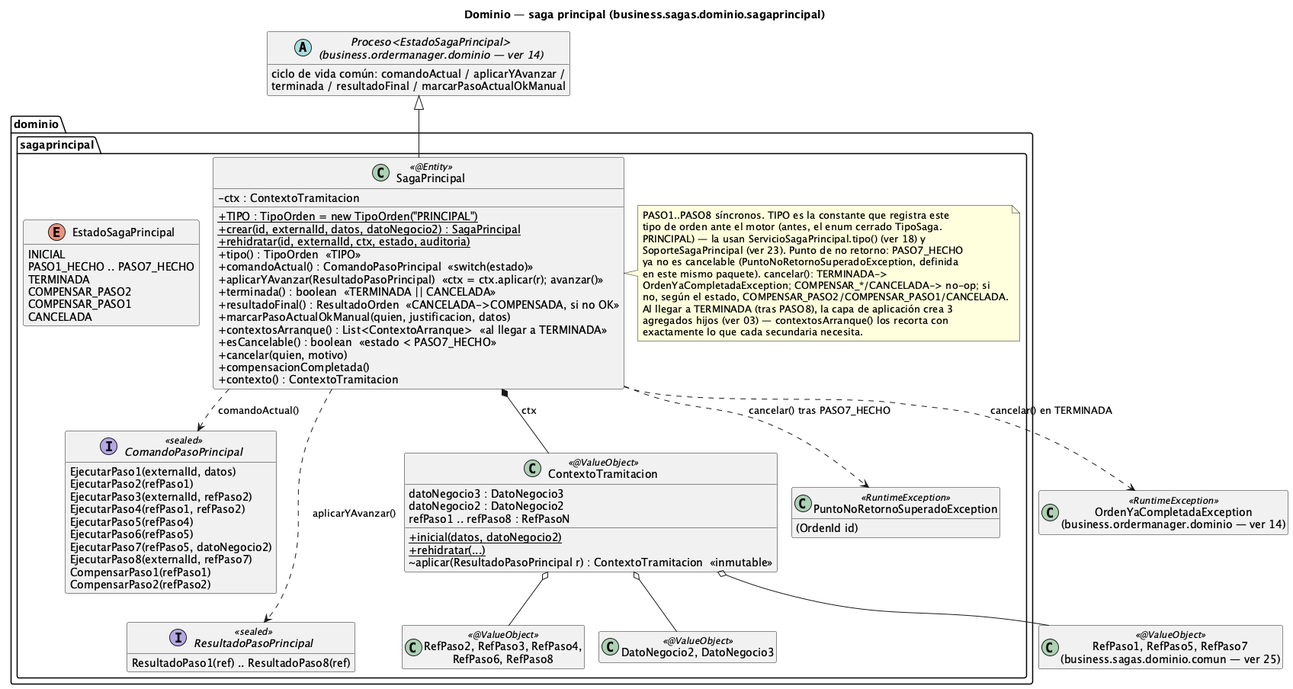
Earlier version of the PlantUML export order-manager/docs/15-clases-dominio-saga-principal.png (ralcazar/patrones).
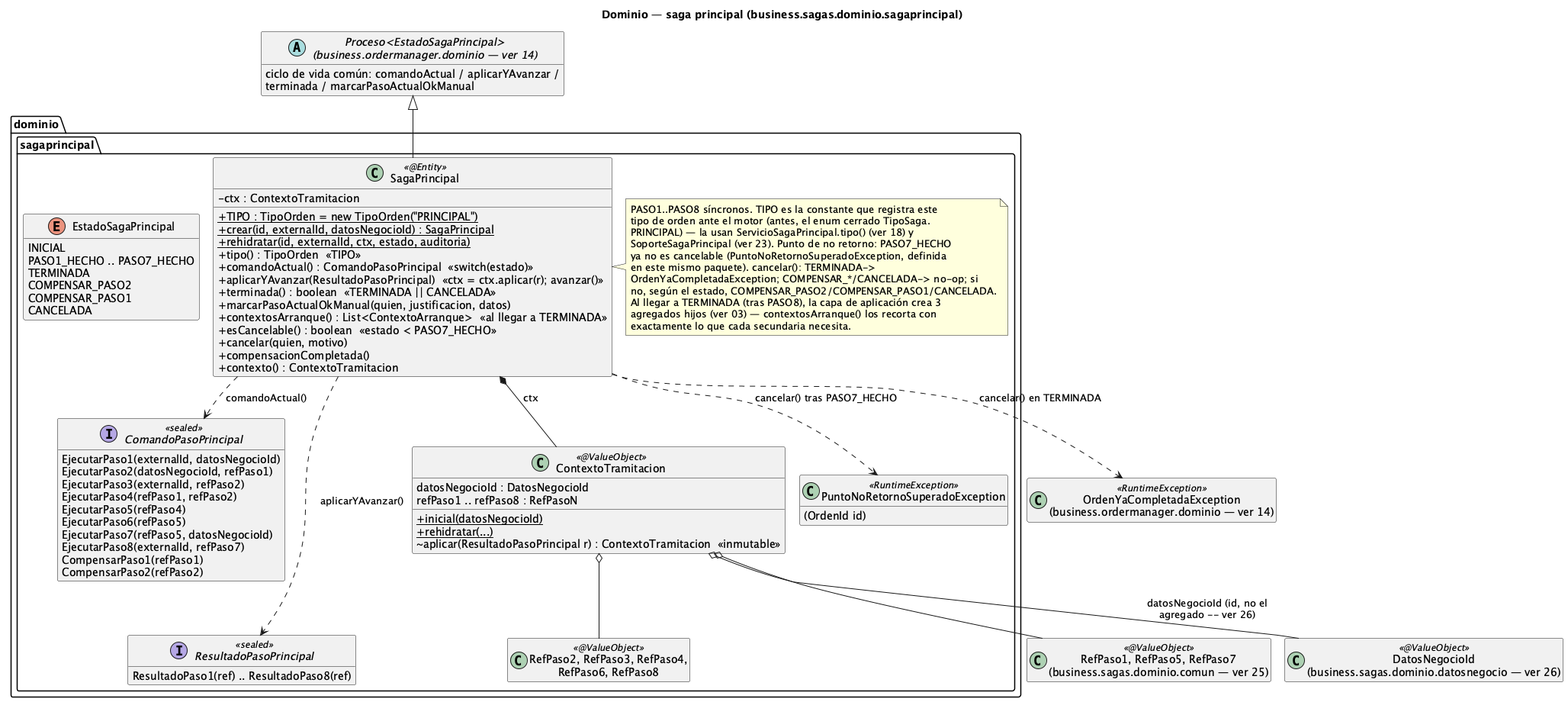
Later version of the same file.

The edit, as a diff of the source:
```diff
@@ -6,20 +6,19 @@
 
 abstract class "Proceso<EstadoSagaPrincipal>\n(business.ordermanager.dominio — ver 14)" as Proceso {
   ciclo de vida común: comandoActual / aplicarYAvanzar /
-  terminada / resultadoFinal / marcarPasoActualOkManual
+  terminada / marcarPasoActualOkManual
 }
 
 package "dominio.sagaprincipal" {
   class SagaPrincipal <<@Entity>> {
     +{static} TIPO : TipoOrden = new TipoOrden("PRINCIPAL")
     -ctx : ContextoTramitacion
-    +{static} crear(id, externalId, datos, datoNegocio2) : SagaPrincipal
+    +{static} crear(id, externalId, datosNegocioId) : SagaPrincipal
     +{static} rehidratar(id, externalId, ctx, estado, auditoria)
     +tipo() : TipoOrden  «TIPO»
     +comandoActual() : ComandoPasoPrincipal  «switch(estado)»
     +aplicarYAvanzar(ResultadoPasoPrincipal)  «ctx = ctx.aplicar(r); avanzar()»
     +terminada() : boolean  «TERMINADA || CANCELADA»
-    +resultadoFinal() : ResultadoOrden  «CANCELADA->COMPENSADA, si no OK»
     +marcarPasoActualOkManual(quien, justificacion, datos)
     +contextosArranque() : List<ContextoArranque>  «al llegar a TERMINADA»
     +esCancelable() : boolean  «estado < PASO7_HECHO»
@@ -51,13 +50,13 @@
   }
 
   interface ComandoPasoPrincipal <<sealed>> {
-    EjecutarPaso1(externalId, datos)
-    EjecutarPaso2(refPaso1)
+    EjecutarPaso1(externalId, datosNegocioId)
+    EjecutarPaso2(datosNegocioId, refPaso1)
     EjecutarPaso3(externalId, refPaso2)
     EjecutarPaso4(refPaso1, refPaso2)
     EjecutarPaso5(refPaso4)
     EjecutarPaso6(refPaso5)
-    EjecutarPaso7(refPaso5, datoNegocio2)
+    EjecutarPaso7(refPaso5, datosNegocioId)
     EjecutarPaso8(externalId, refPaso7)
     CompensarPaso1(refPaso1)
     CompensarPaso2(refPaso2)
@@ -66,21 +65,20 @@
     ResultadoPaso1(ref) .. ResultadoPaso8(ref)
   }
   class ContextoTramitacion <<@ValueObject>> {
-    datoNegocio3 : DatoNegocio3
-    datoNegocio2 : DatoNegocio2
+    datosNegocioId : DatosNegocioId
     refPaso1 .. refPaso8 : RefPasoN
-    +{static} inicial(datos, datoNegocio2)
+    +{static} inicial(datosNegocioId)
     +{static} rehidratar(...)
     ~aplicar(ResultadoPasoPrincipal r) : ContextoTramitacion  «inmutable»
   }
   class "RefPaso2, RefPaso3, RefPaso4,\nRefPaso6, RefPaso8" as RefsPropias <<@ValueObject>>
-  class "DatoNegocio2, DatoNegocio3" as Datos <<@ValueObject>>
   class PuntoNoRetornoSuperadoException <<RuntimeException>> {
     (OrdenId id)
   }
 }
 
 class "RefPaso1, RefPaso5, RefPaso7\n(business.sagas.dominio.comun — ver 25)" as RefsComunes <<@ValueObject>>
+class "DatosNegocioId\n(business.sagas.dominio.datosnegocio — ver 26)" as DatosNegocioIdRef <<@ValueObject>>
 class "OrdenYaCompletadaException\n(business.ordermanager.dominio — ver 14)" as OrdenYaCompletada <<RuntimeException>>
 
 Proceso <|-down- SagaPrincipal
@@ -91,7 +89,7 @@
 SagaPrincipal ..> OrdenYaCompletada : cancelar() en TERMINADA
 ContextoTramitacion o-- RefsPropias
 ContextoTramitacion o-- RefsComunes
-ContextoTramitacion o-- Datos
+ContextoTramitacion o-- DatosNegocioIdRef : datosNegocioId (id, no el\nagregado -- ver 26)
 
 EstadoSagaPrincipal -[hidden]down- ComandoPasoPrincipal
 ComandoPasoPrincipal -[hidden]down- ResultadoPasoPrincipal
```
